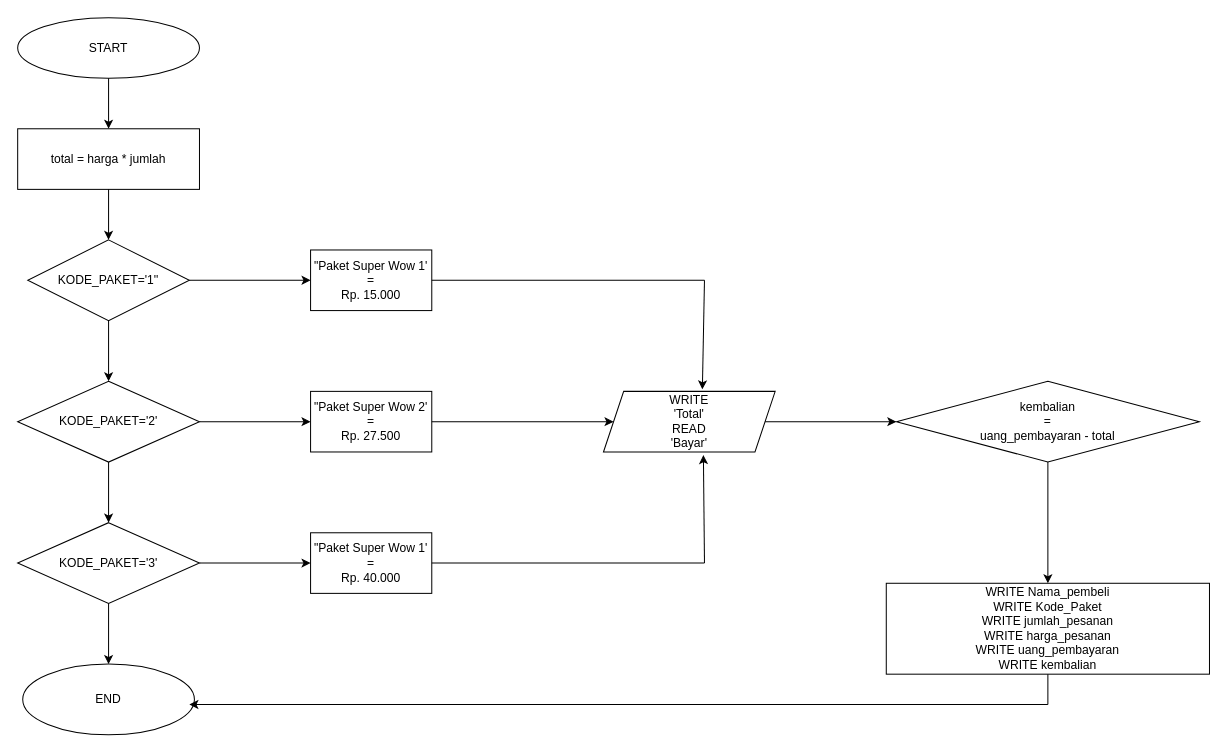
Earlier version of the draw.io diagram flowchart.drawio (putrifadhillamuarif/putrifadhillamuarif-kasir_apps). Source tidied: cells renumbered, new cells numbered last; positions are measured from the earlier drawing's top-left corner, leaving out a move shared by most shapes. Both pictures are drawn from the tidied source at 101%, with x=0, y=0 at pixel (17, 17).
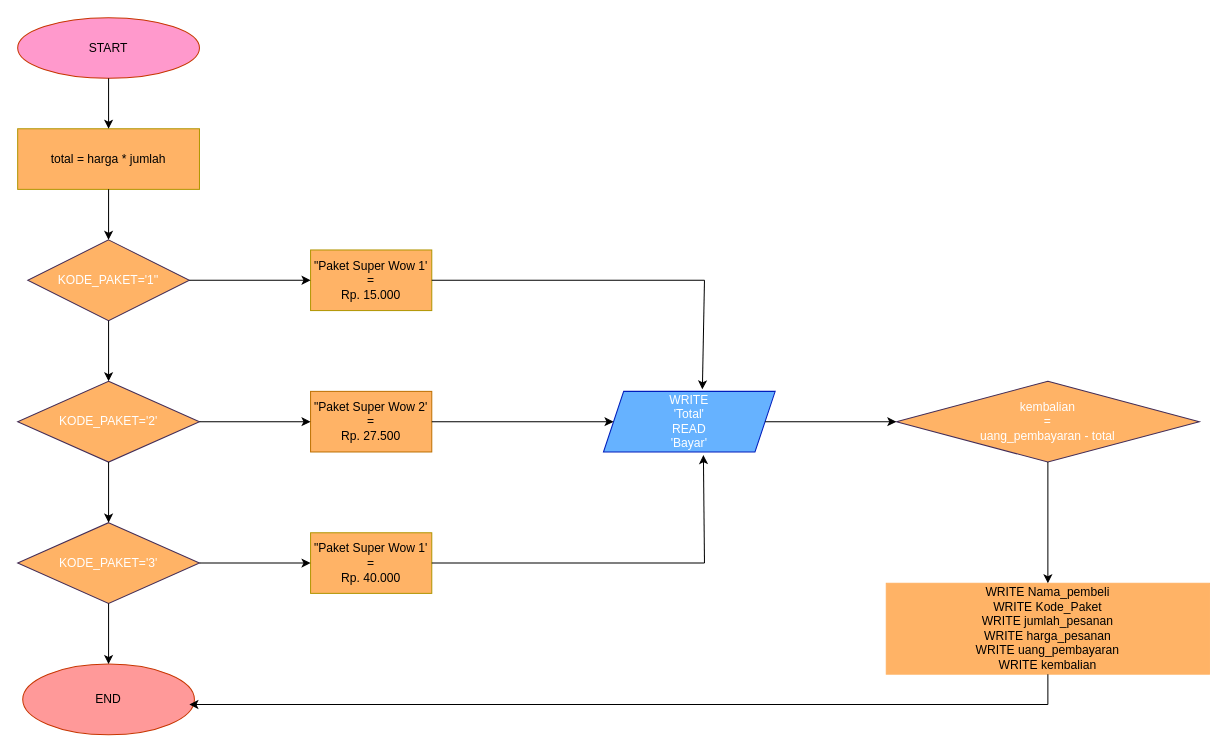
The same diagram, later.

Change to the diagram source:
```diff
@@
-    <mxCell id="2" value="START" style="ellipse;whiteSpace=wrap;html=1;" parent="1" vertex="1">
+    <mxCell id="2" value="START" style="ellipse;whiteSpace=wrap;html=1;fillColor=#FF99CC;strokeColor=#C73500;fontColor=#000000;" parent="1" vertex="1">
       <mxGeometry width="180" height="60" as="geometry" />
     </mxCell>
-    <mxCell id="3" value="total = harga * jumlah" style="rounded=0;whiteSpace=wrap;html=1;" parent="1" vertex="1">
+    <mxCell id="3" value="total = harga * jumlah" style="rounded=0;whiteSpace=wrap;html=1;fillColor=#FFB366;fontColor=#000000;strokeColor=#B09500;" parent="1" vertex="1">
       <mxGeometry y="110" width="180" height="60" as="geometry" />
     </mxCell>
-    <mxCell id="4" value="KODE_PAKET='1''" style="rhombus;whiteSpace=wrap;html=1;" parent="1" vertex="1">
+    <mxCell id="4" value="KODE_PAKET='1''" style="rhombus;whiteSpace=wrap;html=1;fillColor=#FFB366;fontColor=#ffffff;strokeColor=#432D57;" parent="1" vertex="1">
       <mxGeometry x="10" y="220" width="160" height="80" as="geometry" />
     </mxCell>
-    <mxCell id="5" value="&lt;span&gt;KODE_PAKET='2'&lt;/span&gt;" style="rhombus;whiteSpace=wrap;html=1;" parent="1" vertex="1">
+    <mxCell id="5" value="&lt;span&gt;KODE_PAKET='2'&lt;/span&gt;" style="rhombus;whiteSpace=wrap;html=1;fillColor=#FFB366;fontColor=#ffffff;strokeColor=#432D57;" parent="1" vertex="1">
       <mxGeometry y="360" width="180" height="80" as="geometry" />
     </mxCell>
-    <mxCell id="6" value="&lt;span&gt;KODE_PAKET='3'&lt;/span&gt;" style="rhombus;whiteSpace=wrap;html=1;" parent="1" vertex="1">
+    <mxCell id="6" value="&lt;span&gt;KODE_PAKET='3'&lt;/span&gt;" style="rhombus;whiteSpace=wrap;html=1;fillColor=#FFB366;fontColor=#ffffff;strokeColor=#432D57;" parent="1" vertex="1">
       <mxGeometry y="500" width="180" height="80" as="geometry" />
     </mxCell>
-    <mxCell id="7" value="END" style="ellipse;whiteSpace=wrap;html=1;" parent="1" vertex="1">
+    <mxCell id="7" value="END" style="ellipse;whiteSpace=wrap;html=1;fillColor=#FF9999;fontColor=#000000;strokeColor=#C73500;" parent="1" vertex="1">
       <mxGeometry x="5" y="640" width="170" height="70" as="geometry" />
     </mxCell>
@@
-    <mxCell id="13" value="&quot;Paket Super Wow 1' =&lt;br&gt;Rp. 15.000" style="rounded=0;whiteSpace=wrap;html=1;" parent="1" vertex="1">
+    <mxCell id="13" value="&quot;Paket Super Wow 1' =&lt;br&gt;Rp. 15.000" style="rounded=0;whiteSpace=wrap;html=1;fillColor=#FFB366;fontColor=#000000;strokeColor=#B09500;" parent="1" vertex="1">
       <mxGeometry x="290" y="230" width="120" height="60" as="geometry" />
     </mxCell>
-    <mxCell id="14" value="&quot;Paket Super Wow 2' =&lt;br&gt;Rp. 27.500" style="rounded=0;whiteSpace=wrap;html=1;" parent="1" vertex="1">
+    <mxCell id="14" value="&quot;Paket Super Wow 2' =&lt;br&gt;Rp. 27.500" style="rounded=0;whiteSpace=wrap;html=1;fillColor=#FFB366;fontColor=#000000;strokeColor=#BD7000;" parent="1" vertex="1">
       <mxGeometry x="290" y="370" width="120" height="60" as="geometry" />
     </mxCell>
-    <mxCell id="15" value="&quot;Paket Super Wow 1' =&lt;br&gt;Rp. 40.000" style="rounded=0;whiteSpace=wrap;html=1;" parent="1" vertex="1">
+    <mxCell id="15" value="&quot;Paket Super Wow 1' =&lt;br&gt;Rp. 40.000" style="rounded=0;whiteSpace=wrap;html=1;fillColor=#FFB366;fontColor=#000000;strokeColor=#B09500;" parent="1" vertex="1">
       <mxGeometry x="290" y="510" width="120" height="60" as="geometry" />
     </mxCell>
@@
-    <mxCell id="19" value="WRITE&lt;br&gt;'Total'&lt;br&gt;READ&lt;br&gt;'Bayar'" style="shape=parallelogram;perimeter=parallelogramPerimeter;whiteSpace=wrap;html=1;fixedSize=1;" parent="1" vertex="1">
+    <mxCell id="19" value="WRITE&lt;br&gt;'Total'&lt;br&gt;READ&lt;br&gt;'Bayar'" style="shape=parallelogram;perimeter=parallelogramPerimeter;whiteSpace=wrap;html=1;fixedSize=1;fillColor=#66B2FF;fontColor=#ffffff;strokeColor=#001DBC;" parent="1" vertex="1">
       <mxGeometry x="580" y="370" width="170" height="60" as="geometry" />
     </mxCell>
@@
-    <mxCell id="25" value="kembalian&lt;br&gt;=&lt;br&gt;uang_pembayaran - total" style="rhombus;whiteSpace=wrap;html=1;" parent="1" vertex="1">
+    <mxCell id="25" value="kembalian&lt;br&gt;=&lt;br&gt;uang_pembayaran - total" style="rhombus;whiteSpace=wrap;html=1;fillColor=#FFB366;fontColor=#ffffff;strokeColor=#432D57;" parent="1" vertex="1">
       <mxGeometry x="870" y="360" width="300" height="80" as="geometry" />
     </mxCell>
-    <mxCell id="26" value="WRITE Nama_pembeli&lt;br&gt;WRITE Kode_Paket&lt;br&gt;WRITE jumlah_pesanan&lt;br&gt;WRITE harga_pesanan&lt;br&gt;WRITE uang_pembayaran&lt;br&gt;WRITE kembalian" style="rounded=0;whiteSpace=wrap;html=1;" parent="1" vertex="1">
+    <mxCell id="26" value="WRITE Nama_pembeli&lt;br&gt;WRITE Kode_Paket&lt;br&gt;WRITE jumlah_pesanan&lt;br&gt;WRITE harga_pesanan&lt;br&gt;WRITE uang_pembayaran&lt;br&gt;WRITE kembalian" style="rounded=0;whiteSpace=wrap;html=1;fillColor=#FFB366;fontColor=#000000;strokeColor=#FFB366;" parent="1" vertex="1">
       <mxGeometry x="860" y="560" width="320" height="90" as="geometry" />
     </mxCell>
```
